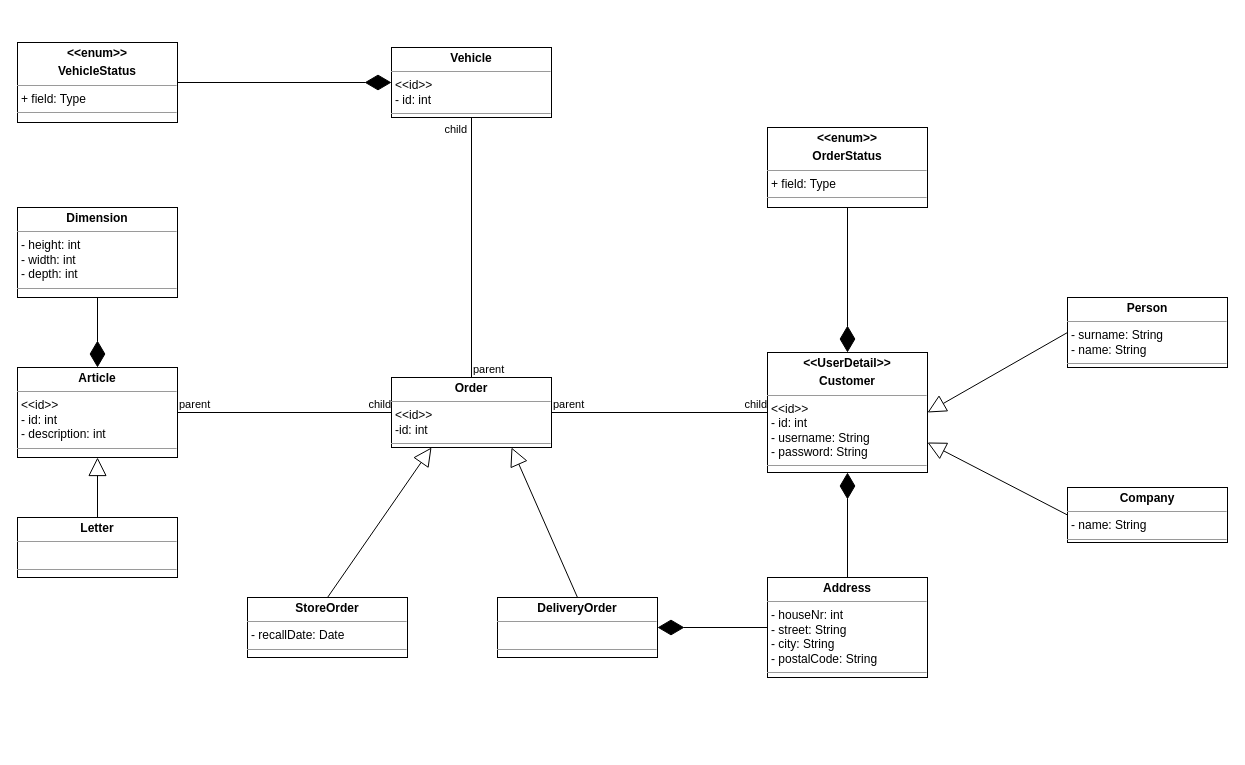
MatthiasEberhardt/Softwareentwicklung keeps this draw.io diagram as domainDiagram.drawio. Above is the earlier version. Source tidied: cells renumbered, new cells numbered last; positions are measured from the earlier drawing's top-left corner, leaving out a move shared by most shapes. Both pictures are drawn from the tidied source at 100%, with x=0, y=0 at pixel (17, 42).
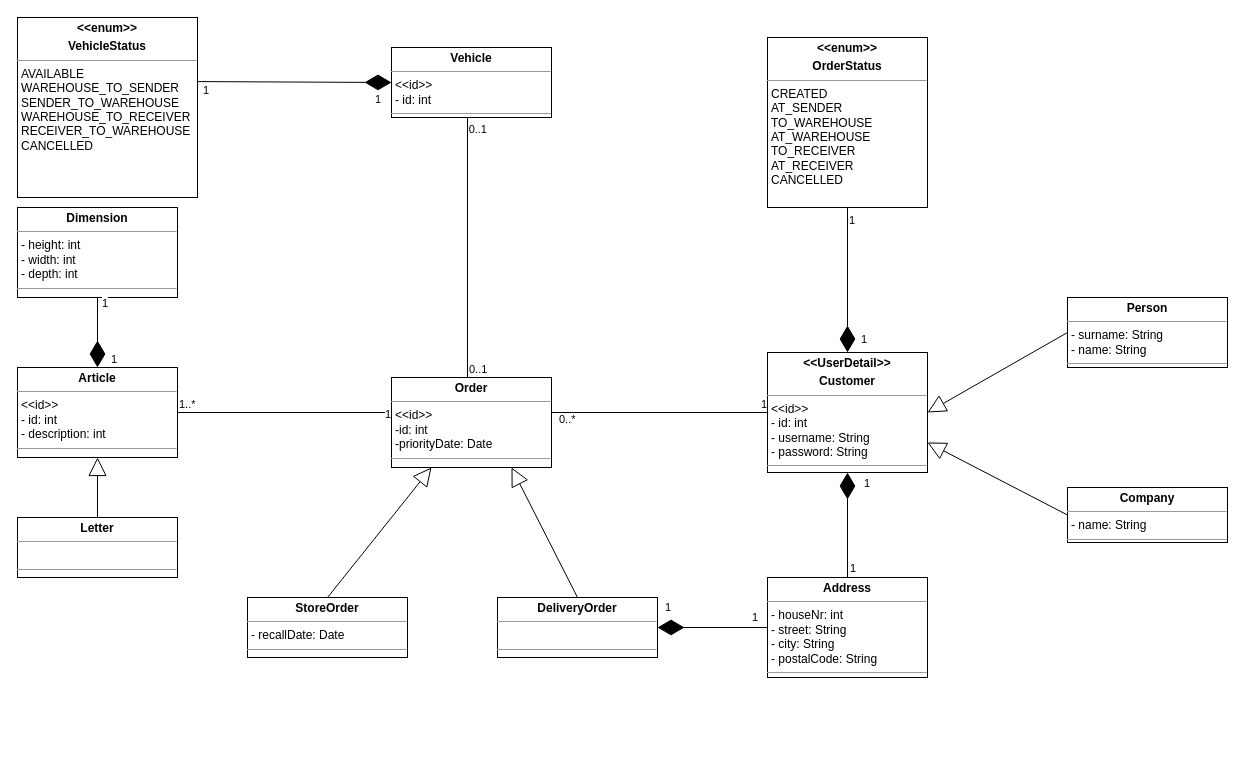
The same page after the edit.

Unchanged cells that the change refers to:
```xml
<mxCell id="3" value="&lt;p style=&quot;margin: 0px ; margin-top: 4px ; text-align: center&quot;&gt;&lt;b&gt;&amp;lt;&amp;lt;UserDetail&amp;gt;&amp;gt;&lt;/b&gt;&lt;/p&gt;&lt;p style=&quot;margin: 0px ; margin-top: 4px ; text-align: center&quot;&gt;&lt;b&gt;Customer&lt;/b&gt;&lt;/p&gt;&lt;hr size=&quot;1&quot;&gt;&lt;p style=&quot;margin: 0px ; margin-left: 4px&quot;&gt;&amp;lt;&amp;lt;id&amp;gt;&amp;gt;&lt;/p&gt;&lt;p style=&quot;margin: 0px ; margin-left: 4px&quot;&gt;- id: int&lt;/p&gt;&lt;p style=&quot;margin: 0px ; margin-left: 4px&quot;&gt;- username: String&lt;/p&gt;&lt;p style=&quot;margin: 0px ; margin-left: 4px&quot;&gt;- password: String&lt;/p&gt;&lt;hr size=&quot;1&quot;&gt;&lt;p style=&quot;margin: 0px ; margin-left: 4px&quot;&gt;&lt;br&gt;&lt;/p&gt;" style="verticalAlign=top;align=left;overflow=fill;fontSize=12;fontFamily=Helvetica;html=1;" parent="1" vertex="1">
  <mxGeometry x="750" y="310" width="160" height="120" as="geometry" />
</mxCell>
<mxCell id="4" value="&lt;p style=&quot;margin: 0px ; margin-top: 4px ; text-align: center&quot;&gt;&lt;b&gt;Article&lt;/b&gt;&lt;/p&gt;&lt;hr size=&quot;1&quot;&gt;&lt;p style=&quot;margin: 0px ; margin-left: 4px&quot;&gt;&lt;span&gt;&amp;lt;&amp;lt;id&amp;gt;&amp;gt;&lt;/span&gt;&lt;/p&gt;&lt;p style=&quot;margin: 0px ; margin-left: 4px&quot;&gt;&lt;span&gt;- id: int&lt;/span&gt;&lt;br&gt;&lt;/p&gt;&lt;p style=&quot;margin: 0px ; margin-left: 4px&quot;&gt;&lt;span&gt;- description: int&lt;/span&gt;&lt;/p&gt;&lt;hr size=&quot;1&quot;&gt;&lt;p style=&quot;margin: 0px ; margin-left: 4px&quot;&gt;&lt;br&gt;&lt;/p&gt;" style="verticalAlign=top;align=left;overflow=fill;fontSize=12;fontFamily=Helvetica;html=1;" parent="1" vertex="1">
  <mxGeometry y="325" width="160" height="90" as="geometry" />
</mxCell>
<mxCell id="11" value="&lt;p style=&quot;margin: 0px ; margin-top: 4px ; text-align: center&quot;&gt;&lt;b&gt;Vehicle&lt;/b&gt;&lt;/p&gt;&lt;hr size=&quot;1&quot;&gt;&lt;p style=&quot;margin: 0px ; margin-left: 4px&quot;&gt;&amp;lt;&amp;lt;id&amp;gt;&amp;gt;&lt;/p&gt;&lt;p style=&quot;margin: 0px ; margin-left: 4px&quot;&gt;- id: int&lt;/p&gt;&lt;hr size=&quot;1&quot;&gt;&lt;p style=&quot;margin: 0px ; margin-left: 4px&quot;&gt;&lt;br&gt;&lt;/p&gt;" style="verticalAlign=top;align=left;overflow=fill;fontSize=12;fontFamily=Helvetica;html=1;" parent="1" vertex="1">
  <mxGeometry x="374" y="5" width="160" height="70" as="geometry" />
</mxCell>
```

Change to the diagram source:
```diff
@@
-    <mxCell id="5" value="&lt;p style=&quot;margin: 0px ; margin-top: 4px ; text-align: center&quot;&gt;&lt;b&gt;Order&lt;/b&gt;&lt;/p&gt;&lt;hr size=&quot;1&quot;&gt;&lt;p style=&quot;margin: 0px ; margin-left: 4px&quot;&gt;&amp;lt;&amp;lt;id&amp;gt;&amp;gt;&lt;/p&gt;&lt;p style=&quot;margin: 0px ; margin-left: 4px&quot;&gt;-id: int&lt;/p&gt;&lt;hr size=&quot;1&quot;&gt;&lt;p style=&quot;margin: 0px ; margin-left: 4px&quot;&gt;&lt;br&gt;&lt;/p&gt;" style="verticalAlign=top;align=left;overflow=fill;fontSize=12;fontFamily=Helvetica;html=1;" parent="1" vertex="1">
-      <mxGeometry x="374" y="335" width="160" height="70" as="geometry" />
+    <mxCell id="5" value="&lt;p style=&quot;margin: 0px ; margin-top: 4px ; text-align: center&quot;&gt;&lt;b&gt;Order&lt;/b&gt;&lt;/p&gt;&lt;hr size=&quot;1&quot;&gt;&lt;p style=&quot;margin: 0px ; margin-left: 4px&quot;&gt;&amp;lt;&amp;lt;id&amp;gt;&amp;gt;&lt;/p&gt;&lt;p style=&quot;margin: 0px ; margin-left: 4px&quot;&gt;-id: int&lt;/p&gt;&lt;p style=&quot;margin: 0px ; margin-left: 4px&quot;&gt;-priorityDate: Date&lt;/p&gt;&lt;hr size=&quot;1&quot;&gt;&lt;p style=&quot;margin: 0px ; margin-left: 4px&quot;&gt;&lt;br&gt;&lt;/p&gt;" style="verticalAlign=top;align=left;overflow=fill;fontSize=12;fontFamily=Helvetica;html=1;" parent="1" vertex="1">
+      <mxGeometry x="374" y="335" width="160" height="90" as="geometry" />
     </mxCell>
@@
-    <mxCell id="12" value="&lt;p style=&quot;margin: 0px ; margin-top: 4px ; text-align: center&quot;&gt;&lt;b&gt;&amp;lt;&amp;lt;enum&amp;gt;&amp;gt;&lt;/b&gt;&lt;/p&gt;&lt;p style=&quot;margin: 0px ; margin-top: 4px ; text-align: center&quot;&gt;&lt;b&gt;VehicleStatus&lt;/b&gt;&lt;/p&gt;&lt;hr size=&quot;1&quot;&gt;&lt;p style=&quot;margin: 0px ; margin-left: 4px&quot;&gt;+ field: Type&lt;/p&gt;&lt;hr size=&quot;1&quot;&gt;&lt;p style=&quot;margin: 0px ; margin-left: 4px&quot;&gt;&lt;br&gt;&lt;/p&gt;" style="verticalAlign=top;align=left;overflow=fill;fontSize=12;fontFamily=Helvetica;html=1;" parent="1" vertex="1">
-      <mxGeometry width="160" height="80" as="geometry" />
+    <mxCell id="12" value="&lt;p style=&quot;margin: 0px ; margin-top: 4px ; text-align: center&quot;&gt;&lt;b&gt;&amp;lt;&amp;lt;enum&amp;gt;&amp;gt;&lt;/b&gt;&lt;/p&gt;&lt;p style=&quot;margin: 0px ; margin-top: 4px ; text-align: center&quot;&gt;&lt;b&gt;VehicleStatus&lt;/b&gt;&lt;/p&gt;&lt;hr size=&quot;1&quot;&gt;&lt;p style=&quot;margin: 0px ; margin-left: 4px&quot;&gt;&lt;/p&gt;&lt;p style=&quot;margin: 0px ; margin-left: 4px&quot;&gt;AVAILABLE&lt;/p&gt;&lt;p style=&quot;margin: 0px ; margin-left: 4px&quot;&gt;WAREHOUSE_TO_SENDER&lt;/p&gt;&lt;p style=&quot;margin: 0px ; margin-left: 4px&quot;&gt;SENDER_TO_WAREHOUSE&lt;/p&gt;&lt;p style=&quot;margin: 0px ; margin-left: 4px&quot;&gt;WAREHOUSE_TO_RECEIVER&lt;/p&gt;&lt;p style=&quot;margin: 0px ; margin-left: 4px&quot;&gt;RECEIVER_TO_WAREHOUSE&lt;/p&gt;&lt;p style=&quot;margin: 0px ; margin-left: 4px&quot;&gt;CANCELLED&lt;/p&gt;" style="verticalAlign=top;align=left;overflow=fill;fontSize=12;fontFamily=Helvetica;html=1;" parent="1" vertex="1">
+      <mxGeometry y="-25" width="180" height="180" as="geometry" />
     </mxCell>
-    <mxCell id="13" value="&lt;p style=&quot;margin: 0px ; margin-top: 4px ; text-align: center&quot;&gt;&lt;b&gt;&amp;lt;&amp;lt;enum&amp;gt;&amp;gt;&lt;/b&gt;&lt;/p&gt;&lt;p style=&quot;margin: 0px ; margin-top: 4px ; text-align: center&quot;&gt;&lt;b&gt;OrderStatus&lt;/b&gt;&lt;/p&gt;&lt;hr size=&quot;1&quot;&gt;&lt;p style=&quot;margin: 0px ; margin-left: 4px&quot;&gt;+ field: Type&lt;/p&gt;&lt;hr size=&quot;1&quot;&gt;&lt;p style=&quot;margin: 0px ; margin-left: 4px&quot;&gt;&lt;br&gt;&lt;/p&gt;" style="verticalAlign=top;align=left;overflow=fill;fontSize=12;fontFamily=Helvetica;html=1;" parent="1" vertex="1">
-      <mxGeometry x="750" y="85" width="160" height="80" as="geometry" />
+    <mxCell id="13" value="&lt;p style=&quot;margin: 0px ; margin-top: 4px ; text-align: center&quot;&gt;&lt;b&gt;&amp;lt;&amp;lt;enum&amp;gt;&amp;gt;&lt;/b&gt;&lt;/p&gt;&lt;p style=&quot;margin: 0px ; margin-top: 4px ; text-align: center&quot;&gt;&lt;b&gt;OrderStatus&lt;/b&gt;&lt;/p&gt;&lt;hr size=&quot;1&quot;&gt;&lt;p style=&quot;margin: 0px ; margin-left: 4px&quot;&gt;&lt;/p&gt;&lt;p style=&quot;margin: 0px ; margin-left: 4px&quot;&gt;CREATED&lt;/p&gt;&lt;p style=&quot;margin: 0px ; margin-left: 4px&quot;&gt;AT_SENDER&lt;/p&gt;&lt;p style=&quot;margin: 0px ; margin-left: 4px&quot;&gt;TO_WAREHOUSE&lt;/p&gt;&lt;p style=&quot;margin: 0px ; margin-left: 4px&quot;&gt;AT_WAREHOUSE&lt;/p&gt;&lt;p style=&quot;margin: 0px ; margin-left: 4px&quot;&gt;TO_RECEIVER&lt;/p&gt;&lt;p style=&quot;margin: 0px ; margin-left: 4px&quot;&gt;AT_RECEIVER&lt;/p&gt;&lt;p style=&quot;margin: 0px ; margin-left: 4px&quot;&gt;CANCELLED&lt;/p&gt;" style="verticalAlign=top;align=left;overflow=fill;fontSize=12;fontFamily=Helvetica;html=1;" parent="1" vertex="1">
+      <mxGeometry x="750" y="-5" width="160" height="170" as="geometry" />
     </mxCell>
@@
-    <mxCell id="21" style="endArrow=diamondThin;endFill=1;endSize=24;html=1;rounded=0;entryX=0;entryY=0.5;entryDx=0;entryDy=0;exitX=1;exitY=0.5;exitDx=0;exitDy=0;" parent="1" edge="1" source="12" target="11">
+    <mxCell id="21" style="endArrow=diamondThin;endFill=1;endSize=24;html=1;rounded=0;entryX=0;entryY=0.5;entryDx=0;entryDy=0;exitX=1;exitY=0.356;exitDx=0;exitDy=0;exitPerimeter=0;" parent="1" edge="1" source="12" target="11">
       <mxGeometry relative="1" as="geometry" />
     </mxCell>
@@
     <mxCell id="25" style="endArrow=none;html=1;edgeStyle=orthogonalEdgeStyle;rounded=0;entryX=0;entryY=0.5;entryDx=0;entryDy=0;exitX=1;exitY=0.5;exitDx=0;exitDy=0;" parent="1" edge="1" source="4" target="5">
-      <mxGeometry relative="1" as="geometry" />
+      <mxGeometry relative="1" as="geometry">
+        <Array as="points">
+          <mxPoint x="374" y="370" />
+        </Array>
+      </mxGeometry>
     </mxCell>
-    <mxCell id="26" value="parent" style="edgeLabel;html=1;align=left;verticalAlign=bottom;" parent="25" vertex="1">
+    <mxCell id="26" value="1..*" style="edgeLabel;html=1;align=left;verticalAlign=bottom;" parent="25" vertex="1">
       <mxGeometry x="-1" relative="1" as="geometry" />
     </mxCell>
-    <mxCell id="27" value="child" style="edgeLabel;html=1;align=right;verticalAlign=bottom;" parent="25" vertex="1">
+    <mxCell id="27" value="1" style="edgeLabel;html=1;align=right;verticalAlign=bottom;" parent="25" vertex="1">
       <mxGeometry x="1" relative="1" as="geometry" />
     </mxCell>
-    <mxCell id="28" style="endArrow=none;html=1;edgeStyle=orthogonalEdgeStyle;rounded=0;entryX=0.5;entryY=1;entryDx=0;entryDy=0;exitX=0.5;exitY=0;exitDx=0;exitDy=0;" parent="1" edge="1" source="5" target="11">
-      <mxGeometry relative="1" as="geometry" />
+    <mxCell id="28" style="endArrow=none;html=1;edgeStyle=orthogonalEdgeStyle;rounded=0;entryX=0.5;entryY=1;entryDx=0;entryDy=0;exitX=0.5;exitY=0;exitDx=0;exitDy=0;" parent="1" edge="1">
+      <mxGeometry relative="1" as="geometry">
+        <mxPoint x="450" y="335" as="sourcePoint" />
+        <mxPoint x="450" y="75" as="targetPoint" />
+      </mxGeometry>
     </mxCell>
-    <mxCell id="29" value="parent" style="edgeLabel;html=1;align=left;verticalAlign=bottom;" parent="28" vertex="1">
+    <mxCell id="29" value="0..1" style="edgeLabel;html=1;align=left;verticalAlign=bottom;" parent="28" vertex="1">
       <mxGeometry x="-1" relative="1" as="geometry" />
     </mxCell>
-    <mxCell id="30" value="child" style="edgeLabel;html=1;align=right;verticalAlign=bottom;" parent="28" vertex="1">
+    <mxCell id="30" value="0..1" style="edgeLabel;html=1;align=right;verticalAlign=bottom;" parent="28" vertex="1">
       <mxGeometry x="1" relative="1" as="geometry">
-        <mxPoint x="-4" y="20" as="offset" />
+        <mxPoint x="20" y="20" as="offset" />
       </mxGeometry>
     </mxCell>
     <mxCell id="31" style="endArrow=none;html=1;edgeStyle=orthogonalEdgeStyle;rounded=0;entryX=0;entryY=0.5;entryDx=0;entryDy=0;exitX=1;exitY=0.5;exitDx=0;exitDy=0;" parent="1" edge="1" source="5" target="3">
-      <mxGeometry relative="1" as="geometry" />
+      <mxGeometry relative="1" as="geometry">
+        <Array as="points">
+          <mxPoint x="534" y="370" />
+        </Array>
+      </mxGeometry>
     </mxCell>
-    <mxCell id="32" value="parent" style="edgeLabel;html=1;align=left;verticalAlign=bottom;" parent="31" vertex="1">
-      <mxGeometry x="-1" relative="1" as="geometry" />
+    <mxCell id="32" value="0..*" style="edgeLabel;html=1;align=left;verticalAlign=bottom;" parent="31" vertex="1">
+      <mxGeometry x="-1" relative="1" as="geometry">
+        <mxPoint x="6" y="5" as="offset" />
+      </mxGeometry>
     </mxCell>
-    <mxCell id="33" value="child" style="edgeLabel;html=1;align=right;verticalAlign=bottom;" parent="31" vertex="1">
+    <mxCell id="33" value="1" style="edgeLabel;html=1;align=right;verticalAlign=bottom;" parent="31" vertex="1">
       <mxGeometry x="1" relative="1" as="geometry" />
     </mxCell>
+    <mxCell id="34" value="1" style="edgeLabel;html=1;align=right;verticalAlign=bottom;" parent="1" vertex="1">
+      <mxGeometry x="990" y="705" as="geometry">
+        <mxPoint x="-151" y="-171" as="offset" />
+      </mxGeometry>
+    </mxCell>
+    <mxCell id="35" value="1" style="edgeLabel;html=1;align=right;verticalAlign=bottom;" parent="1" vertex="1">
+      <mxGeometry x="780" y="335" as="geometry">
+        <mxPoint x="73" y="114" as="offset" />
+      </mxGeometry>
+    </mxCell>
+    <mxCell id="36" value="1" style="edgeLabel;html=1;align=right;verticalAlign=bottom;" parent="1" vertex="1">
+      <mxGeometry x="1020" y="335" as="geometry">
+        <mxPoint x="-182" y="-149" as="offset" />
+      </mxGeometry>
+    </mxCell>
+    <mxCell id="37" value="1" style="edgeLabel;html=1;align=right;verticalAlign=bottom;" parent="1" vertex="1">
+      <mxGeometry x="850" y="305" as="geometry" />
+    </mxCell>
+    <mxCell id="38" value="1" style="edgeLabel;html=1;align=right;verticalAlign=bottom;" parent="1" vertex="1">
+      <mxGeometry x="800" y="425" as="geometry">
+        <mxPoint x="-59" y="158" as="offset" />
+      </mxGeometry>
+    </mxCell>
+    <mxCell id="39" value="1" style="edgeLabel;html=1;align=right;verticalAlign=bottom;" parent="1" vertex="1">
+      <mxGeometry x="810" y="430" as="geometry">
+        <mxPoint x="-156" y="143" as="offset" />
+      </mxGeometry>
+    </mxCell>
+    <mxCell id="40" value="1" style="edgeLabel;html=1;align=right;verticalAlign=bottom;" parent="1" vertex="1">
+      <mxGeometry x="820" y="445" as="geometry">
+        <mxPoint x="-456" y="-380" as="offset" />
+      </mxGeometry>
+    </mxCell>
+    <mxCell id="41" value="1" style="edgeLabel;html=1;align=right;verticalAlign=bottom;" parent="1" vertex="1">
+      <mxGeometry x="330" y="15" as="geometry">
+        <mxPoint x="-138" y="41" as="offset" />
+      </mxGeometry>
+    </mxCell>
+    <mxCell id="42" value="1" style="edgeLabel;html=1;align=right;verticalAlign=bottom;" parent="1" vertex="1">
+      <mxGeometry x="100" y="275" as="geometry">
+        <mxPoint x="-9" y="-6" as="offset" />
+      </mxGeometry>
+    </mxCell>
+    <mxCell id="43" value="1" style="edgeLabel;html=1;align=right;verticalAlign=bottom;" parent="1" vertex="1">
+      <mxGeometry x="100" y="325" as="geometry" />
+    </mxCell>
```
